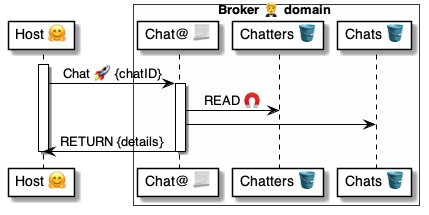
The PlantUML diagram 4 ⚙️ Solution/20 🧑‍🦰 UI/Brokers 🤵/🤵🅰️ Broker methods/Chats 💬 Chat 🤗🚀🤵/🤵 Chat ⚙️ uml.png in pollyweb-org/pollyweb-docs, before a commit. Its source is kept beside it as 4 ⚙️ Solution/20 🧑‍🦰 UI/Brokers 🤵/🤵🅰️ Broker methods/Chats 💬 Chat 🤗🚀🤵/🤵 Chat ⚙️ uml.puml.
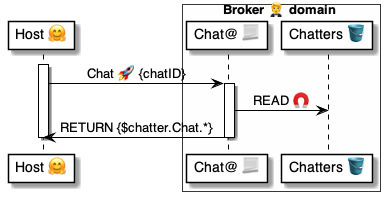
The same diagram one commit later.

Change to the diagram source:
```diff
@@ -6,7 +6,6 @@
 box Broker 🤵 domain #FFFFFA
     participant "Chat@ 📃" as broker
     participant "Chatters 🪣" as chatters
-    participant "Chats 🪣" as chats
 end box
 
 activate host
@@ -14,8 +13,7 @@
 
     activate broker
         broker -> chatters: READ 🧲
-        broker -> chats:
-        broker -> host: RETURN {details}
+        broker -> host: RETURN {$chatter.Chat.*}
     deactivate broker
 
 deactivate host
```
